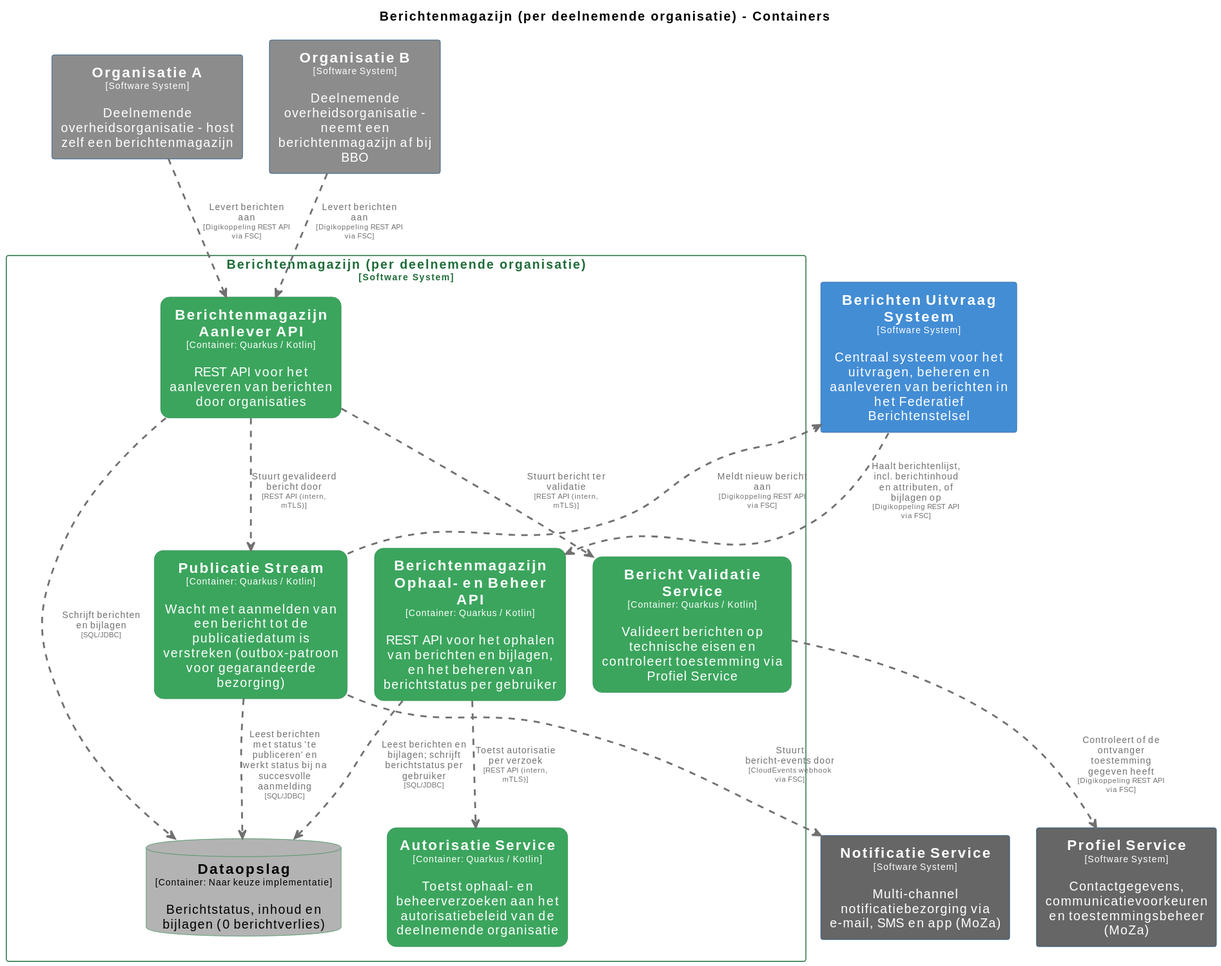
The PlantUML diagram master/svg/BerichtenmagazijnContainers.svg in MinBZK/moza-poc-fbs-berichtenbox, before a commit. Its source is kept beside it as master/puml/BerichtenmagazijnContainers.puml.
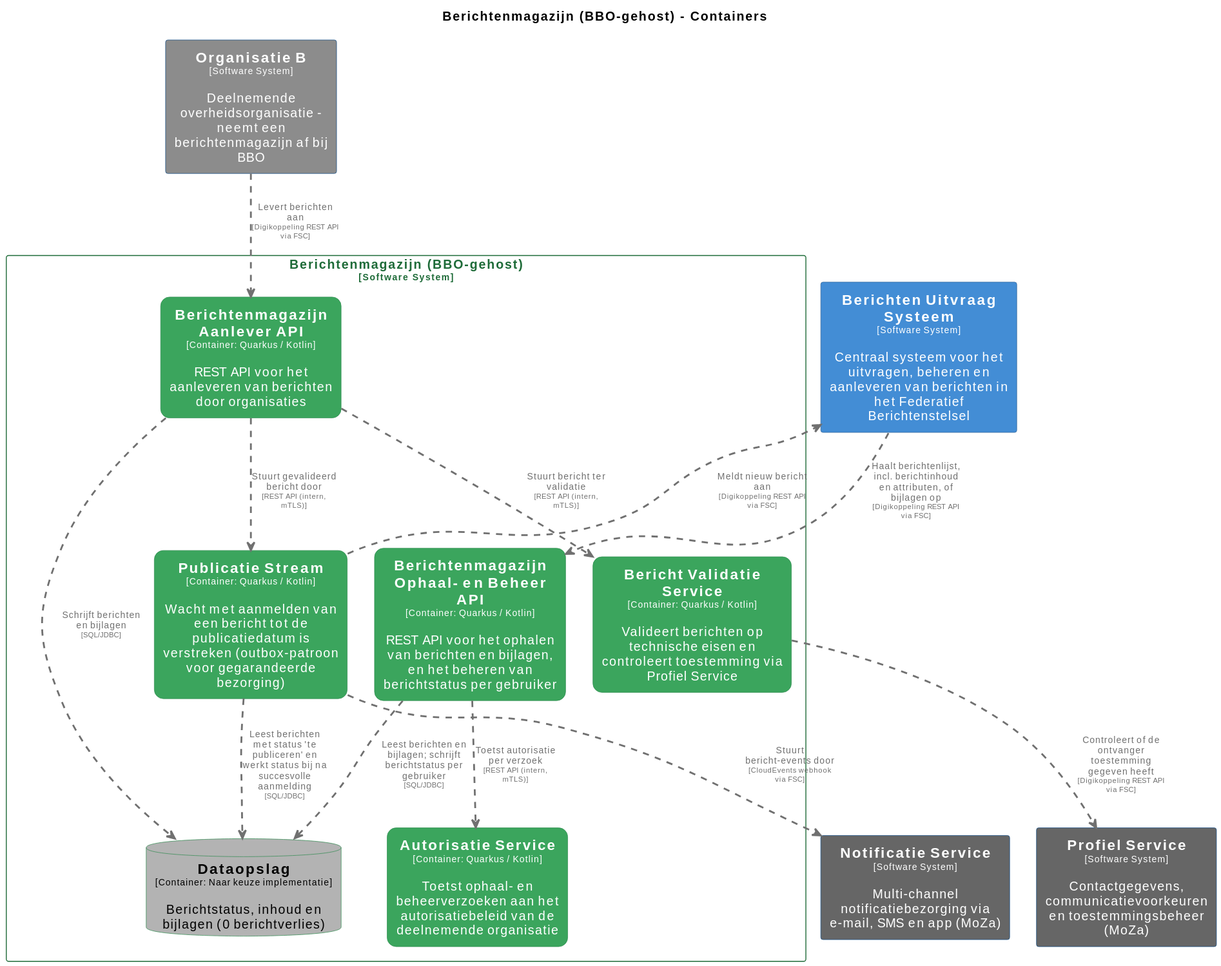
Above is the later version.

Diff of the diagram source:
```diff
@@ -1,6 +1,6 @@
 @startuml
 set separator none
-title Berichtenmagazijn (per deelnemende organisatie) - Containers
+title Berichtenmagazijn (BBO-gehost) - Containers
 
 top to bottom direction
 skinparam ranksep 60
@@ -15,14 +15,14 @@
 
 hide stereotype
 
-skinparam rectangle<<Berichtenmagazijnperdeelnemendeorganisatie.AutorisatieService>> {
+skinparam rectangle<<BerichtenmagazijnBBOgehost.AutorisatieService>> {
   BackgroundColor #3ba55d
   FontColor #ffffff
   BorderColor #2d8a4e
   roundCorner 20
   shadowing false
 }
-skinparam rectangle<<Berichtenmagazijnperdeelnemendeorganisatie.BerichtValidatieService>> {
+skinparam rectangle<<BerichtenmagazijnBBOgehost.BerichtValidatieService>> {
   BackgroundColor #3ba55d
   FontColor #ffffff
   BorderColor #2d8a4e
@@ -35,21 +35,21 @@
   BorderColor #2e6295
   shadowing false
 }
-skinparam rectangle<<Berichtenmagazijnperdeelnemendeorganisatie.BerichtenmagazijnAanleverAPI>> {
+skinparam rectangle<<BerichtenmagazijnBBOgehost.BerichtenmagazijnAanleverAPI>> {
   BackgroundColor #3ba55d
   FontColor #ffffff
   BorderColor #2d8a4e
   roundCorner 20
   shadowing false
 }
-skinparam rectangle<<Berichtenmagazijnperdeelnemendeorganisatie.BerichtenmagazijnOphaalenBeheerAPI>> {
+skinparam rectangle<<BerichtenmagazijnBBOgehost.BerichtenmagazijnOphaalenBeheerAPI>> {
   BackgroundColor #3ba55d
   FontColor #ffffff
   BorderColor #2d8a4e
   roundCorner 20
   shadowing false
 }
-skinparam database<<Berichtenmagazijnperdeelnemendeorganisatie.Dataopslag>> {
+skinparam database<<BerichtenmagazijnBBOgehost.Dataopslag>> {
   BackgroundColor #b3b3b3
   FontColor #000000
   BorderColor #2d8a4e
@@ -57,12 +57,6 @@
 }
 skinparam rectangle<<NotificatieService>> {
   BackgroundColor #666666
-  FontColor #ffffff
-  BorderColor #0b4884
-  shadowing false
-}
-skinparam rectangle<<OrganisatieA>> {
-  BackgroundColor #8c8c8c
   FontColor #ffffff
   BorderColor #0b4884
   shadowing false
@@ -79,14 +73,14 @@
   BorderColor #0b4884
   shadowing false
 }
-skinparam rectangle<<Berichtenmagazijnperdeelnemendeorganisatie.PublicatieStream>> {
+skinparam rectangle<<BerichtenmagazijnBBOgehost.PublicatieStream>> {
   BackgroundColor #3ba55d
   FontColor #ffffff
   BorderColor #2d8a4e
   roundCorner 20
   shadowing false
 }
-skinparam rectangle<<Berichtenmagazijnperdeelnemendeorganisatie>> {
+skinparam rectangle<<BerichtenmagazijnBBOgehost>> {
   BorderColor #1e6b38
   FontColor #1e6b38
   shadowing false
@@ -94,29 +88,27 @@
 
 rectangle "==Profiel Service\n<size:10>[Software System]</size>\n\nContactgegevens, communicatievoorkeuren en toestemmingsbeheer (MoZa)" <<ProfielService>> as ProfielService
 rectangle "==Notificatie Service\n<size:10>[Software System]</size>\n\nMulti-channel notificatiebezorging via e-mail, SMS en app (MoZa)" <<NotificatieService>> as NotificatieService
-rectangle "==Organisatie A\n<size:10>[Software System]</size>\n\nDeelnemende overheidsorganisatie - host zelf een berichtenmagazijn" <<OrganisatieA>> as OrganisatieA
 rectangle "==Organisatie B\n<size:10>[Software System]</size>\n\nDeelnemende overheidsorganisatie - neemt een berichtenmagazijn af bij BBO" <<OrganisatieB>> as OrganisatieB
 rectangle "==Berichten Uitvraag Systeem\n<size:10>[Software System]</size>\n\nCentraal systeem voor het uitvragen, beheren en aanleveren van berichten in het Federatief Berichtenstelsel" <<BerichtenUitvraagSysteem>> as BerichtenUitvraagSysteem
 
-rectangle "Berichtenmagazijn (per deelnemende organisatie)\n<size:10>[Software System]</size>" <<Berichtenmagazijnperdeelnemendeorganisatie>> {
-  rectangle "==Berichtenmagazijn Ophaal- en Beheer API\n<size:10>[Container: Quarkus / Kotlin]</size>\n\nREST API voor het ophalen van berichten en bijlagen, en het beheren van berichtstatus per gebruiker" <<Berichtenmagazijnperdeelnemendeorganisatie.BerichtenmagazijnOphaalenBeheerAPI>> as Berichtenmagazijnperdeelnemendeorganisatie.BerichtenmagazijnOphaalenBeheerAPI
-  rectangle "==Berichtenmagazijn Aanlever API\n<size:10>[Container: Quarkus / Kotlin]</size>\n\nREST API voor het aanleveren van berichten door organisaties" <<Berichtenmagazijnperdeelnemendeorganisatie.BerichtenmagazijnAanleverAPI>> as Berichtenmagazijnperdeelnemendeorganisatie.BerichtenmagazijnAanleverAPI
-  database "==Dataopslag\n<size:10>[Container: Naar keuze implementatie]</size>\n\nBerichtstatus, inhoud en bijlagen (0 berichtverlies)" <<Berichtenmagazijnperdeelnemendeorganisatie.Dataopslag>> as Berichtenmagazijnperdeelnemendeorganisatie.Dataopslag
-  rectangle "==Bericht Validatie Service\n<size:10>[Container: Quarkus / Kotlin]</size>\n\nValideert berichten op technische eisen en controleert toestemming via Profiel Service" <<Berichtenmagazijnperdeelnemendeorganisatie.BerichtValidatieService>> as Berichtenmagazijnperdeelnemendeorganisatie.BerichtValidatieService
-  rectangle "==Publicatie Stream\n<size:10>[Container: Quarkus / Kotlin]</size>\n\nWacht met aanmelden van een bericht tot de publicatiedatum is verstreken (outbox-patroon voor gegarandeerde bezorging)" <<Berichtenmagazijnperdeelnemendeorganisatie.PublicatieStream>> as Berichtenmagazijnperdeelnemendeorganisatie.PublicatieStream
-  rectangle "==Autorisatie Service\n<size:10>[Container: Quarkus / Kotlin]</size>\n\nToetst ophaal- en beheerverzoeken aan het autorisatiebeleid van de deelnemende organisatie" <<Berichtenmagazijnperdeelnemendeorganisatie.AutorisatieService>> as Berichtenmagazijnperdeelnemendeorganisatie.AutorisatieService
+rectangle "Berichtenmagazijn (BBO-gehost)\n<size:10>[Software System]</size>" <<BerichtenmagazijnBBOgehost>> {
+  rectangle "==Berichtenmagazijn Ophaal- en Beheer API\n<size:10>[Container: Quarkus / Kotlin]</size>\n\nREST API voor het ophalen van berichten en bijlagen, en het beheren van berichtstatus per gebruiker" <<BerichtenmagazijnBBOgehost.BerichtenmagazijnOphaalenBeheerAPI>> as BerichtenmagazijnBBOgehost.BerichtenmagazijnOphaalenBeheerAPI
+  rectangle "==Berichtenmagazijn Aanlever API\n<size:10>[Container: Quarkus / Kotlin]</size>\n\nREST API voor het aanleveren van berichten door organisaties" <<BerichtenmagazijnBBOgehost.BerichtenmagazijnAanleverAPI>> as BerichtenmagazijnBBOgehost.BerichtenmagazijnAanleverAPI
+  database "==Dataopslag\n<size:10>[Container: Naar keuze implementatie]</size>\n\nBerichtstatus, inhoud en bijlagen (0 berichtverlies)" <<BerichtenmagazijnBBOgehost.Dataopslag>> as BerichtenmagazijnBBOgehost.Dataopslag
+  rectangle "==Bericht Validatie Service\n<size:10>[Container: Quarkus / Kotlin]</size>\n\nValideert berichten op technische eisen en controleert toestemming via Profiel Service" <<BerichtenmagazijnBBOgehost.BerichtValidatieService>> as BerichtenmagazijnBBOgehost.BerichtValidatieService
+  rectangle "==Publicatie Stream\n<size:10>[Container: Quarkus / Kotlin]</size>\n\nWacht met aanmelden van een bericht tot de publicatiedatum is verstreken (outbox-patroon voor gegarandeerde bezorging)" <<BerichtenmagazijnBBOgehost.PublicatieStream>> as BerichtenmagazijnBBOgehost.PublicatieStream
+  rectangle "==Autorisatie Service\n<size:10>[Container: Quarkus / Kotlin]</size>\n\nToetst ophaal- en beheerverzoeken aan het autorisatiebeleid van de deelnemende organisatie" <<BerichtenmagazijnBBOgehost.AutorisatieService>> as BerichtenmagazijnBBOgehost.AutorisatieService
 }
 
-BerichtenUitvraagSysteem .[#707070,thickness=2].> Berichtenmagazijnperdeelnemendeorganisatie.BerichtenmagazijnOphaalenBeheerAPI : "<color:#707070>Haalt berichtenlijst, incl. berichtinhoud en attributen, of bijlagen op\n<color:#707070><size:8>[Digikoppeling REST API via FSC]</size>"
-Berichtenmagazijnperdeelnemendeorganisatie.PublicatieStream .[#707070,thickness=2].> BerichtenUitvraagSysteem : "<color:#707070>Meldt nieuw bericht aan\n<color:#707070><size:8>[Digikoppeling REST API via FSC]</size>"
-Berichtenmagazijnperdeelnemendeorganisatie.PublicatieStream .[#707070,thickness=2].> NotificatieService : "<color:#707070>Stuurt bericht-events door\n<color:#707070><size:8>[CloudEvents webhook via FSC]</size>"
-OrganisatieA .[#707070,thickness=2].> Berichtenmagazijnperdeelnemendeorganisatie.BerichtenmagazijnAanleverAPI : "<color:#707070>Levert berichten aan\n<color:#707070><size:8>[Digikoppeling REST API via FSC]</size>"
-OrganisatieB .[#707070,thickness=2].> Berichtenmagazijnperdeelnemendeorganisatie.BerichtenmagazijnAanleverAPI : "<color:#707070>Levert berichten aan\n<color:#707070><size:8>[Digikoppeling REST API via FSC]</size>"
-Berichtenmagazijnperdeelnemendeorganisatie.BerichtValidatieService .[#707070,thickness=2].> ProfielService : "<color:#707070>Controleert of de ontvanger toestemming gegeven heeft\n<color:#707070><size:8>[Digikoppeling REST API via FSC]</size>"
-Berichtenmagazijnperdeelnemendeorganisatie.BerichtenmagazijnOphaalenBeheerAPI .[#707070,thickness=2].> Berichtenmagazijnperdeelnemendeorganisatie.Dataopslag : "<color:#707070>Leest berichten en bijlagen; schrijft berichtstatus per gebruiker\n<color:#707070><size:8>[SQL/JDBC]</size>"
-Berichtenmagazijnperdeelnemendeorganisatie.BerichtenmagazijnAanleverAPI .[#707070,thickness=2].> Berichtenmagazijnperdeelnemendeorganisatie.Dataopslag : "<color:#707070>Schrijft berichten en bijlagen\n<color:#707070><size:8>[SQL/JDBC]</size>"
-Berichtenmagazijnperdeelnemendeorganisatie.BerichtenmagazijnAanleverAPI .[#707070,thickness=2].> Berichtenmagazijnperdeelnemendeorganisatie.BerichtValidatieService : "<color:#707070>Stuurt bericht ter validatie\n<color:#707070><size:8>[REST API (intern, mTLS)]</size>"
-Berichtenmagazijnperdeelnemendeorganisatie.BerichtenmagazijnAanleverAPI .[#707070,thickness=2].> Berichtenmagazijnperdeelnemendeorganisatie.PublicatieStream : "<color:#707070>Stuurt gevalideerd bericht door\n<color:#707070><size:8>[REST API (intern, mTLS)]</size>"
-Berichtenmagazijnperdeelnemendeorganisatie.PublicatieStream .[#707070,thickness=2].> Berichtenmagazijnperdeelnemendeorganisatie.Dataopslag : "<color:#707070>Leest berichten met status 'te publiceren' en werkt status bij na succesvolle aanmelding\n<color:#707070><size:8>[SQL/JDBC]</size>"
-Berichtenmagazijnperdeelnemendeorganisatie.BerichtenmagazijnOphaalenBeheerAPI .[#707070,thickness=2].> Berichtenmagazijnperdeelnemendeorganisatie.AutorisatieService : "<color:#707070>Toetst autorisatie per verzoek\n<color:#707070><size:8>[REST API (intern, mTLS)]</size>"
+BerichtenUitvraagSysteem .[#707070,thickness=2].> BerichtenmagazijnBBOgehost.BerichtenmagazijnOphaalenBeheerAPI : "<color:#707070>Haalt berichtenlijst, incl. berichtinhoud en attributen, of bijlagen op\n<color:#707070><size:8>[Digikoppeling REST API via FSC]</size>"
+BerichtenmagazijnBBOgehost.PublicatieStream .[#707070,thickness=2].> BerichtenUitvraagSysteem : "<color:#707070>Meldt nieuw bericht aan\n<color:#707070><size:8>[Digikoppeling REST API via FSC]</size>"
+BerichtenmagazijnBBOgehost.PublicatieStream .[#707070,thickness=2].> NotificatieService : "<color:#707070>Stuurt bericht-events door\n<color:#707070><size:8>[CloudEvents webhook via FSC]</size>"
+OrganisatieB .[#707070,thickness=2].> BerichtenmagazijnBBOgehost.BerichtenmagazijnAanleverAPI : "<color:#707070>Levert berichten aan\n<color:#707070><size:8>[Digikoppeling REST API via FSC]</size>"
+BerichtenmagazijnBBOgehost.BerichtValidatieService .[#707070,thickness=2].> ProfielService : "<color:#707070>Controleert of de ontvanger toestemming gegeven heeft\n<color:#707070><size:8>[Digikoppeling REST API via FSC]</size>"
+BerichtenmagazijnBBOgehost.BerichtenmagazijnOphaalenBeheerAPI .[#707070,thickness=2].> BerichtenmagazijnBBOgehost.Dataopslag : "<color:#707070>Leest berichten en bijlagen; schrijft berichtstatus per gebruiker\n<color:#707070><size:8>[SQL/JDBC]</size>"
+BerichtenmagazijnBBOgehost.BerichtenmagazijnAanleverAPI .[#707070,thickness=2].> BerichtenmagazijnBBOgehost.Dataopslag : "<color:#707070>Schrijft berichten en bijlagen\n<color:#707070><size:8>[SQL/JDBC]</size>"
+BerichtenmagazijnBBOgehost.BerichtenmagazijnAanleverAPI .[#707070,thickness=2].> BerichtenmagazijnBBOgehost.BerichtValidatieService : "<color:#707070>Stuurt bericht ter validatie\n<color:#707070><size:8>[REST API (intern, mTLS)]</size>"
+BerichtenmagazijnBBOgehost.BerichtenmagazijnAanleverAPI .[#707070,thickness=2].> BerichtenmagazijnBBOgehost.PublicatieStream : "<color:#707070>Stuurt gevalideerd bericht door\n<color:#707070><size:8>[REST API (intern, mTLS)]</size>"
+BerichtenmagazijnBBOgehost.PublicatieStream .[#707070,thickness=2].> BerichtenmagazijnBBOgehost.Dataopslag : "<color:#707070>Leest berichten met status 'te publiceren' en werkt status bij na succesvolle aanmelding\n<color:#707070><size:8>[SQL/JDBC]</size>"
+BerichtenmagazijnBBOgehost.BerichtenmagazijnOphaalenBeheerAPI .[#707070,thickness=2].> BerichtenmagazijnBBOgehost.AutorisatieService : "<color:#707070>Toetst autorisatie per verzoek\n<color:#707070><size:8>[REST API (intern, mTLS)]</size>"
 @enduml
```
